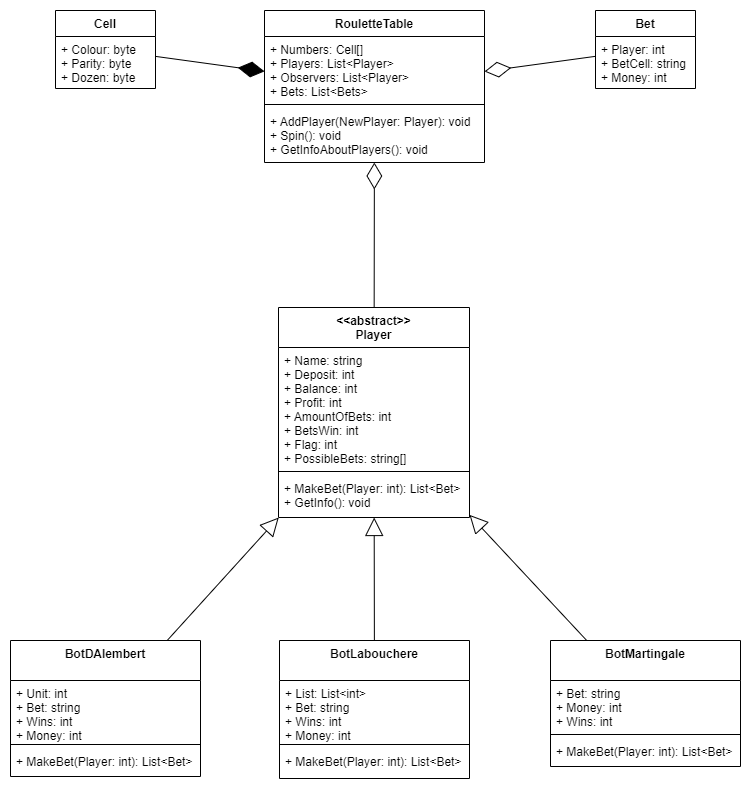
The draw.io diagram Daniil-Kadochnikov/Second Term/Second block/Casino/UML.png in Stanislav-Sartasov/spsu-mm-se-programming, before a commit. Source tidied: cells renumbered, new cells last; positions are measured from the earlier drawing's top-left corner, leaving out a move shared by most shapes.
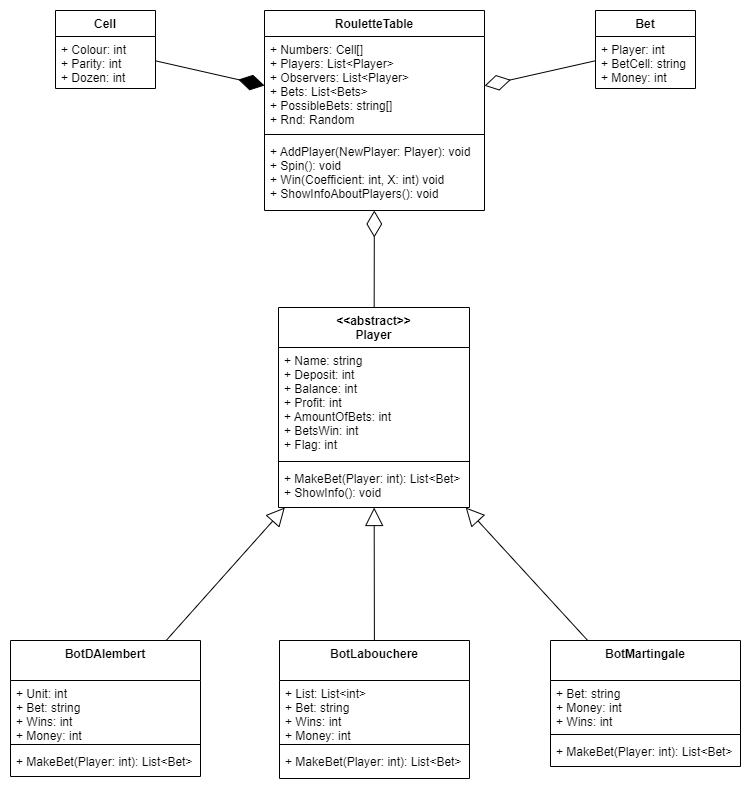
The same diagram one commit later.

Diff of the diagram source:
```diff
@@ -3,16 +3,16 @@
     <mxCell id="0" />
     <mxCell id="1" parent="0" />
     <mxCell id="2" value="&lt;&lt;abstract&gt;&gt;&#10;Player" style="swimlane;fontStyle=1;align=center;verticalAlign=top;horizontal=1;startSize=40;" parent="1" vertex="1">
-      <mxGeometry x="268" y="297" width="191" height="210" as="geometry" />
+      <mxGeometry x="268" y="297" width="191" height="200" as="geometry" />
     </mxCell>
-    <mxCell id="3" value="+ Name: string&#10;+ Deposit: int&#10;&#9;&#9;+ Balance: int&#10;+ Profit: int&#10;+ AmountOfBets: int&#10;+ BetsWin: int&#10;+ Flag: int&#10;+ PossibleBets: string[]" style="text;strokeColor=none;fillColor=none;align=left;verticalAlign=top;spacingLeft=4;spacingRight=4;overflow=hidden;" parent="2" vertex="1">
-      <mxGeometry y="40" width="191" height="120" as="geometry" />
+    <mxCell id="3" value="+ Name: string&#10;+ Deposit: int&#10;&#9;&#9;+ Balance: int&#10;+ Profit: int&#10;+ AmountOfBets: int&#10;+ BetsWin: int&#10;+ Flag: int" style="text;strokeColor=none;fillColor=none;align=left;verticalAlign=top;spacingLeft=4;spacingRight=4;overflow=hidden;" parent="2" vertex="1">
+      <mxGeometry y="40" width="191" height="110" as="geometry" />
     </mxCell>
     <mxCell id="4" style="line;strokeWidth=1;fillColor=none;align=left;verticalAlign=middle;spacingTop=-1;spacingLeft=3;spacingRight=3;labelPosition=right;" parent="2" vertex="1">
-      <mxGeometry y="160" width="191" height="8" as="geometry" />
+      <mxGeometry y="150" width="191" height="8" as="geometry" />
     </mxCell>
-    <mxCell id="5" value="+ MakeBet(Player: int): List&lt;Bet&gt;&#10;+ GetInfo(): void" style="text;strokeColor=none;fillColor=none;align=left;verticalAlign=top;spacingLeft=4;spacingRight=4;overflow=hidden;" parent="2" vertex="1">
-      <mxGeometry y="168" width="191" height="42" as="geometry" />
+    <mxCell id="5" value="+ MakeBet(Player: int): List&lt;Bet&gt;&#10;+ ShowInfo(): void" style="text;strokeColor=none;fillColor=none;align=left;verticalAlign=top;spacingLeft=4;spacingRight=4;overflow=hidden;" parent="2" vertex="1">
+      <mxGeometry y="158" width="191" height="42" as="geometry" />
     </mxCell>
     <mxCell id="6" value="BotMartingale" style="swimlane;fontStyle=1;align=center;verticalAlign=top;horizontal=1;startSize=40;" parent="1" vertex="1">
       <mxGeometry x="540" y="630" width="190" height="126" as="geometry" />
@@ -68,20 +68,20 @@
     <mxCell id="23" value="Cell" style="swimlane;fontStyle=1;align=center;verticalAlign=top;horizontal=1;startSize=26;fontColor=none;" parent="1" vertex="1">
       <mxGeometry x="45" width="100" height="78" as="geometry" />
     </mxCell>
-    <mxCell id="24" value="+ Colour: byte&#10;+ Parity: byte&#10;+ Dozen: byte" style="text;strokeColor=none;fillColor=none;align=left;verticalAlign=top;spacingLeft=4;spacingRight=4;overflow=hidden;fontColor=none;" parent="23" vertex="1">
+    <mxCell id="24" value="+ Colour: int&#10;+ Parity: int&#10;+ Dozen: int" style="text;strokeColor=none;fillColor=none;align=left;verticalAlign=top;spacingLeft=4;spacingRight=4;overflow=hidden;fontColor=none;" parent="23" vertex="1">
       <mxGeometry y="26" width="100" height="52" as="geometry" />
     </mxCell>
     <mxCell id="25" value="RouletteTable" style="swimlane;fontStyle=1;align=center;verticalAlign=top;horizontal=1;startSize=26;fontColor=none;" parent="1" vertex="1">
-      <mxGeometry x="254" width="220" height="152" as="geometry" />
+      <mxGeometry x="254" width="220" height="200" as="geometry" />
     </mxCell>
-    <mxCell id="26" value="+ Numbers: Cell[]&#10;+ Players: List&lt;Player&gt;&#10;+ Observers: List&lt;Player&gt;&#10;+ Bets: List&lt;Bets&gt;" style="text;strokeColor=none;fillColor=none;align=left;verticalAlign=top;spacingLeft=4;spacingRight=4;overflow=hidden;fontColor=none;" parent="25" vertex="1">
-      <mxGeometry y="26" width="220" height="64" as="geometry" />
+    <mxCell id="26" value="+ Numbers: Cell[]&#10;+ Players: List&lt;Player&gt;&#10;+ Observers: List&lt;Player&gt;&#10;+ Bets: List&lt;Bets&gt;&#10;+ PossibleBets: string[]&#10;+ Rnd: Random" style="text;strokeColor=none;fillColor=none;align=left;verticalAlign=top;spacingLeft=4;spacingRight=4;overflow=hidden;fontColor=none;" parent="25" vertex="1">
+      <mxGeometry y="26" width="220" height="94" as="geometry" />
     </mxCell>
     <mxCell id="27" style="line;strokeWidth=1;fillColor=none;align=left;verticalAlign=middle;spacingTop=-1;spacingLeft=3;spacingRight=3;labelPosition=right;fontColor=none;" parent="25" vertex="1">
-      <mxGeometry y="90" width="220" height="8" as="geometry" />
+      <mxGeometry y="120" width="220" height="8" as="geometry" />
     </mxCell>
-    <mxCell id="28" value="+ AddPlayer(NewPlayer: Player): void&#10;+ Spin(): void&#10;+ GetInfoAboutPlayers(): void" style="text;strokeColor=none;fillColor=none;align=left;verticalAlign=top;spacingLeft=4;spacingRight=4;overflow=hidden;fontColor=none;" parent="25" vertex="1">
-      <mxGeometry y="98" width="220" height="54" as="geometry" />
+    <mxCell id="28" value="+ AddPlayer(NewPlayer: Player): void&#10;+ Spin(): void&#10;+ Win(Coefficient: int, X: int) void&#10;+ ShowInfoAboutPlayers(): void" style="text;strokeColor=none;fillColor=none;align=left;verticalAlign=top;spacingLeft=4;spacingRight=4;overflow=hidden;fontColor=none;" parent="25" vertex="1">
+      <mxGeometry y="128" width="220" height="72" as="geometry" />
     </mxCell>
     <mxCell id="29" style="endArrow=diamondThin;endFill=1;endSize=24;html=1;rounded=0;labelBackgroundColor=none;fontColor=none;" parent="1" edge="1" source="23" target="25">
       <mxGeometry relative="1" as="geometry" />
```
